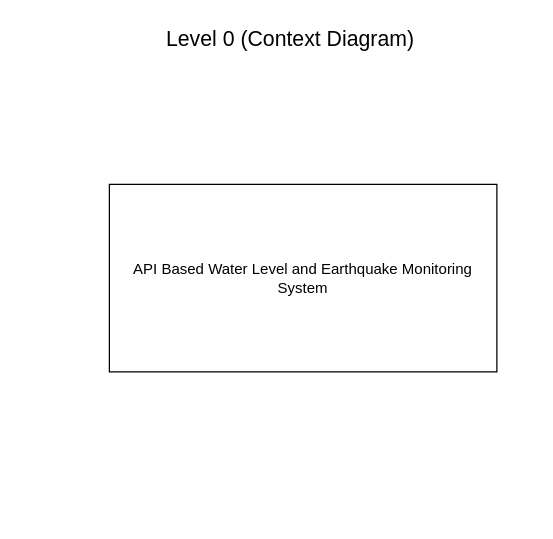
The draw.io diagram Projects/DFDLEVEL0.drawio in N0Obitaz/DrawIODiagrams, before the edit. Source tidied: cells renumbered, new cells numbered last; positions are measured from the earlier drawing's top-left corner, leaving out a move shared by most shapes. Both pictures are drawn from the tidied source at 125%, with x=0, y=0 at pixel (109, 21).
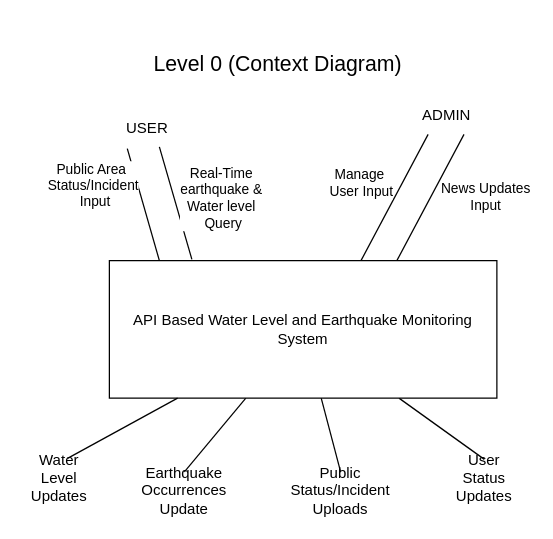
Above is the later version.

What changed in the source:
```diff
@@
     <mxCell id="2" value="&lt;font style=&quot;font-size: 17px;&quot;&gt;Level 0 (Context Diagram)&lt;/font&gt;" style="text;html=1;whiteSpace=wrap;strokeColor=none;fillColor=none;align=center;verticalAlign=middle;rounded=0;" parent="1" vertex="1">
-      <mxGeometry x="30" width="230" height="30" as="geometry" />
+      <mxGeometry x="20" y="20" width="230" height="30" as="geometry" />
     </mxCell>
+    <mxCell id="4" style="rounded=0;jettySize=auto;html=1;entryX=0.5;entryY=0;entryDx=0;entryDy=0;endArrow=none;endFill=0;" parent="1" edge="1" source="3" target="18">
+      <mxGeometry relative="1" as="geometry" />
+    </mxCell>
+    <mxCell id="5" style="rounded=0;jettySize=auto;html=1;entryX=0.5;entryY=0;entryDx=0;entryDy=0;endArrow=none;endFill=0;" parent="1" edge="1" source="3" target="19">
+      <mxGeometry relative="1" as="geometry" />
+    </mxCell>
+    <mxCell id="6" style="rounded=0;jettySize=auto;html=1;entryX=0.5;entryY=0;entryDx=0;entryDy=0;endArrow=none;endFill=0;" parent="1" edge="1" source="3" target="20">
+      <mxGeometry relative="1" as="geometry" />
+    </mxCell>
     <mxCell id="3" value="API Based Water Level and Earthquake Monitoring System" style="rounded=0;whiteSpace=wrap;html=1;" parent="1" vertex="1">
-      <mxGeometry y="130" width="310" height="150" as="geometry" />
+      <mxGeometry y="191" width="310" height="110" as="geometry" />
     </mxCell>
+    <mxCell id="7" style="rounded=0;jettySize=auto;html=1;entryX=0.25;entryY=0;entryDx=0;entryDy=0;endArrow=none;endFill=0;exitX=0.239;exitY=1.046;exitDx=0;exitDy=0;exitPerimeter=0;" parent="1" edge="1" source="9">
+      <mxGeometry relative="1" as="geometry">
+        <mxPoint x="40" y="191" as="targetPoint" />
+      </mxGeometry>
+    </mxCell>
+    <mxCell id="8" value="Public Area&amp;nbsp;&lt;div&gt;Status/Incident&lt;/div&gt;&lt;div&gt;&amp;nbsp;Input&lt;/div&gt;" style="edgeLabel;html=1;align=center;verticalAlign=middle;" parent="7" vertex="1">
+      <mxGeometry x="-0.22" relative="1" as="geometry">
+        <mxPoint x="-38" y="-5" as="offset" />
+      </mxGeometry>
+    </mxCell>
+    <mxCell id="9" value="USER" style="text;html=1;align=center;verticalAlign=middle;points=[];" parent="1" vertex="1">
+      <mxGeometry y="70" width="60" height="30" as="geometry" />
+    </mxCell>
+    <mxCell id="10" value="ADMIN" style="text;html=1;whiteSpace=wrap;strokeColor=none;fillColor=none;align=center;verticalAlign=middle;rounded=0;" parent="1" vertex="1">
+      <mxGeometry x="240" y="60" width="60" height="30" as="geometry" />
+    </mxCell>
+    <mxCell id="11" style="rounded=0;jettySize=auto;html=1;entryX=0.714;entryY=0;entryDx=0;entryDy=0;entryPerimeter=0;endArrow=none;endFill=0;exitX=0.25;exitY=1;exitDx=0;exitDy=0;" parent="1" edge="1" source="10">
+      <mxGeometry relative="1" as="geometry">
+        <mxPoint x="201.3" y="191" as="targetPoint" />
+      </mxGeometry>
+    </mxCell>
+    <mxCell id="12" value="Manage&lt;div&gt;&amp;nbsp;User Input&lt;/div&gt;" style="edgeLabel;html=1;align=center;verticalAlign=middle;" parent="11" vertex="1">
+      <mxGeometry x="-0.26" y="3" relative="1" as="geometry">
+        <mxPoint x="-38" as="offset" />
+      </mxGeometry>
+    </mxCell>
+    <mxCell id="13" style="rounded=0;orthogonalLoop=1;jettySize=auto;html=1;entryX=0.714;entryY=0;entryDx=0;entryDy=0;entryPerimeter=0;endArrow=none;endFill=0;exitX=0.25;exitY=1;exitDx=0;exitDy=0;" parent="1" edge="1">
+      <mxGeometry relative="1" as="geometry">
+        <mxPoint x="283.7" y="90" as="sourcePoint" />
+        <mxPoint x="230" y="191" as="targetPoint" />
+      </mxGeometry>
+    </mxCell>
+    <mxCell id="14" value="News Updates&lt;div&gt;Input&lt;/div&gt;" style="edgeLabel;html=1;align=center;verticalAlign=middle;" parent="13" vertex="1">
+      <mxGeometry x="-0.26" y="3" relative="1" as="geometry">
+        <mxPoint x="34" y="11" as="offset" />
+      </mxGeometry>
+    </mxCell>
+    <mxCell id="15" style="rounded=0;orthogonalLoop=1;jettySize=auto;html=1;entryX=0.25;entryY=0;entryDx=0;entryDy=0;endArrow=none;endFill=0;exitX=0.239;exitY=1.046;exitDx=0;exitDy=0;exitPerimeter=0;" parent="1" edge="1">
+      <mxGeometry relative="1" as="geometry">
+        <mxPoint x="40" y="100" as="sourcePoint" />
+        <mxPoint x="66" y="190" as="targetPoint" />
+      </mxGeometry>
+    </mxCell>
+    <mxCell id="16" value="Real-Time&amp;nbsp;&lt;div&gt;earthquake &amp;amp;&amp;nbsp;&lt;/div&gt;&lt;div&gt;Water level&amp;nbsp;&lt;/div&gt;&lt;div&gt;Query&lt;/div&gt;" style="edgeLabel;html=1;align=center;verticalAlign=middle;" parent="15" vertex="1">
+      <mxGeometry x="-0.22" relative="1" as="geometry">
+        <mxPoint x="40" y="5" as="offset" />
+      </mxGeometry>
+    </mxCell>
+    <mxCell id="17" value="Water Level Updates" style="text;html=1;whiteSpace=wrap;strokeColor=none;fillColor=none;align=center;verticalAlign=middle;rounded=0;" parent="1" vertex="1">
+      <mxGeometry x="-70" y="350" width="60" height="30" as="geometry" />
+    </mxCell>
+    <mxCell id="18" value="Earthquake Occurrences Update" style="text;html=1;whiteSpace=wrap;strokeColor=none;fillColor=none;align=center;verticalAlign=middle;rounded=0;" parent="1" vertex="1">
+      <mxGeometry x="30" y="360" width="60" height="30" as="geometry" />
+    </mxCell>
+    <mxCell id="19" value="Public Status/Incident Uploads" style="text;html=1;whiteSpace=wrap;strokeColor=none;fillColor=none;align=center;verticalAlign=middle;rounded=0;" parent="1" vertex="1">
+      <mxGeometry x="155" y="360" width="60" height="30" as="geometry" />
+    </mxCell>
+    <mxCell id="20" value="User Status Updates" style="text;html=1;whiteSpace=wrap;strokeColor=none;fillColor=none;align=center;verticalAlign=middle;rounded=0;" parent="1" vertex="1">
+      <mxGeometry x="270" y="350" width="60" height="30" as="geometry" />
+    </mxCell>
+    <mxCell id="21" style="rounded=0;jettySize=auto;html=1;entryX=0.609;entryY=-0.026;entryDx=0;entryDy=0;entryPerimeter=0;endArrow=none;endFill=0;" parent="1" edge="1" source="3" target="17">
+      <mxGeometry relative="1" as="geometry" />
+    </mxCell>
```
